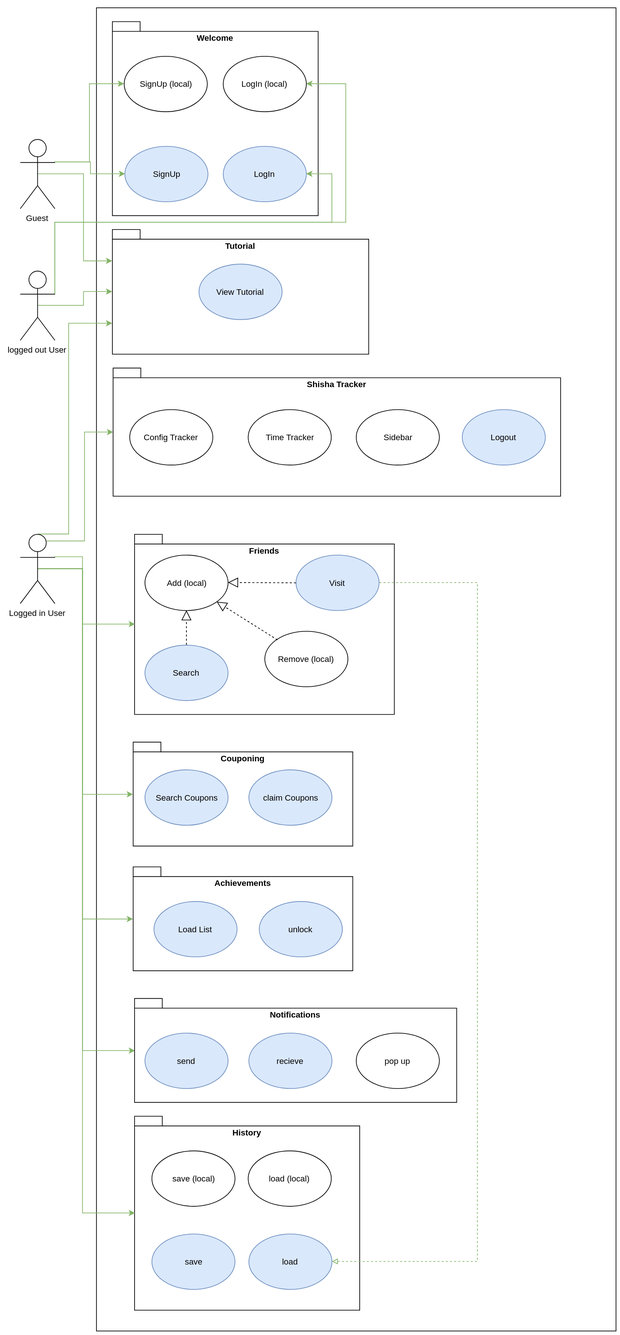
Earlier version of the draw.io export documentation/SheeshAppOUCD.svg (DawidMa/sheeshApp). Source tidied: cells renumbered, new cells last; positions are measured from the earlier drawing's top-left corner, leaving out a move shared by most shapes.
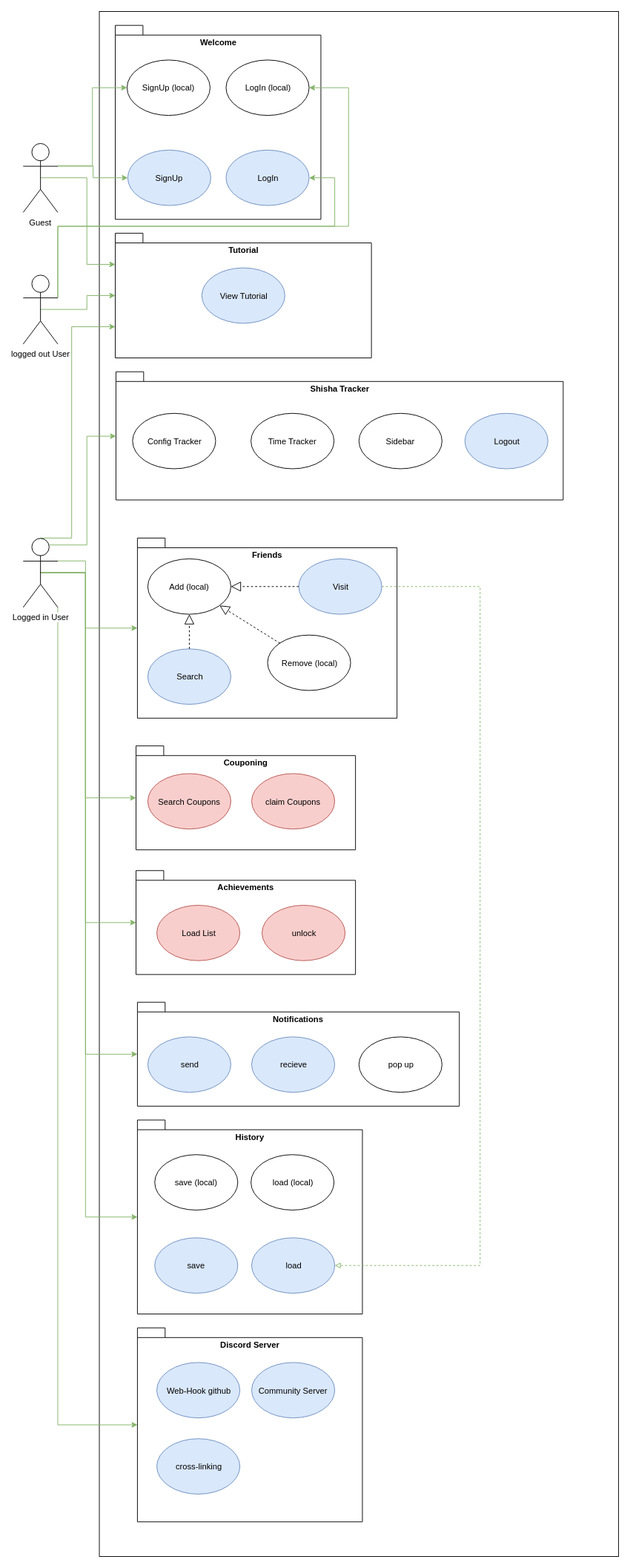
After the change.

What changed in the source:
```diff
@@ -3,7 +3,7 @@
     <mxCell id="0" />
     <mxCell id="1" parent="0" />
     <mxCell id="2" style="html=1;" parent="1" vertex="1">
-      <mxGeometry x="110" width="750" height="1910" as="geometry" />
+      <mxGeometry x="110" width="750" height="2230" as="geometry" />
     </mxCell>
     <mxCell id="3" value="History" style="shape=folder;fontStyle=1;spacingTop=10;tabWidth=40;tabHeight=14;tabPosition=left;html=1;verticalAlign=top;labelPosition=center;verticalLabelPosition=middle;align=center;" parent="1" vertex="1">
       <mxGeometry x="165" y="1600" width="325" height="280" as="geometry" />
@@ -126,6 +126,9 @@
         </Array>
       </mxGeometry>
     </mxCell>
+    <mxCell id="55" style="edgeStyle=orthogonalEdgeStyle;rounded=0;html=1;exitX=1;exitY=1;exitPerimeter=0;entryX=0;entryY=0.5;jettySize=auto;fillColor=#d5e8d4;strokeColor=#82b366;" parent="1" edge="1" source="26" target="56">
+      <mxGeometry relative="1" as="geometry" />
+    </mxCell>
     <mxCell id="26" value="Logged in User" style="shape=umlActor;verticalLabelPosition=bottom;labelBackgroundColor=#ffffff;verticalAlign=top;html=1;fillColor=#ffffff;strokeColor=#000000;" parent="1" vertex="1">
       <mxGeometry y="760" width="50" height="100" as="geometry" />
     </mxCell>
@@ -161,19 +164,19 @@
     <mxCell id="35" style="endArrow=block;dashed=1;endFill=0;endSize=12;html=1;exitX=0.5;exitY=0;entryX=0.5;entryY=1;" parent="1" edge="1" source="32" target="29">
       <mxGeometry relative="1" as="geometry" />
     </mxCell>
-    <mxCell id="36" value="Search Coupons" style="ellipse;whiteSpace=wrap;html=1;fillColor=#dae8fc;strokeColor=#6c8ebf;" parent="1" vertex="1">
+    <mxCell id="36" value="Search Coupons" style="ellipse;whiteSpace=wrap;html=1;fillColor=#f8cecc;strokeColor=#b85450;" parent="1" vertex="1">
       <mxGeometry x="180" y="1100" width="120" height="80" as="geometry" />
     </mxCell>
-    <mxCell id="37" value="claim Coupons" style="ellipse;whiteSpace=wrap;html=1;fillColor=#dae8fc;strokeColor=#6c8ebf;" parent="1" vertex="1">
+    <mxCell id="37" value="claim Coupons" style="ellipse;whiteSpace=wrap;html=1;fillColor=#f8cecc;strokeColor=#b85450;" parent="1" vertex="1">
       <mxGeometry x="330" y="1100" width="120" height="80" as="geometry" />
     </mxCell>
     <mxCell id="38" value="Achievements" style="shape=folder;fontStyle=1;spacingTop=10;tabWidth=40;tabHeight=14;tabPosition=left;html=1;verticalAlign=top;labelPosition=center;verticalLabelPosition=middle;align=center;" parent="1" vertex="1">
       <mxGeometry x="163" y="1240" width="317" height="150" as="geometry" />
     </mxCell>
-    <mxCell id="39" value="Load List" style="ellipse;whiteSpace=wrap;html=1;fillColor=#dae8fc;strokeColor=#6c8ebf;" parent="1" vertex="1">
+    <mxCell id="39" value="Load List" style="ellipse;whiteSpace=wrap;html=1;fillColor=#f8cecc;strokeColor=#b85450;" parent="1" vertex="1">
       <mxGeometry x="193" y="1290" width="120" height="80" as="geometry" />
     </mxCell>
-    <mxCell id="40" value="unlock" style="ellipse;whiteSpace=wrap;html=1;fillColor=#dae8fc;strokeColor=#6c8ebf;" parent="1" vertex="1">
+    <mxCell id="40" value="unlock" style="ellipse;whiteSpace=wrap;html=1;fillColor=#f8cecc;strokeColor=#b85450;" parent="1" vertex="1">
       <mxGeometry x="345" y="1290" width="120" height="80" as="geometry" />
     </mxCell>
     <mxCell id="41" value="SignUp" style="ellipse;whiteSpace=wrap;html=1;fillColor=#dae8fc;strokeColor=#6c8ebf;" parent="1" vertex="1">
@@ -218,5 +221,17 @@
     <mxCell id="54" value="save (local)" style="ellipse;whiteSpace=wrap;html=1;fillColor=#ffffff;strokeColor=#000000;" parent="1" vertex="1">
       <mxGeometry x="190" y="1650" width="120" height="80" as="geometry" />
     </mxCell>
+    <mxCell id="56" value="Discord Server" style="shape=folder;fontStyle=1;spacingTop=10;tabWidth=40;tabHeight=14;tabPosition=left;html=1;verticalAlign=top;labelPosition=center;verticalLabelPosition=middle;align=center;" parent="1" vertex="1">
+      <mxGeometry x="165" y="1900" width="325" height="280" as="geometry" />
+    </mxCell>
+    <mxCell id="57" value="Web-Hook github" style="ellipse;whiteSpace=wrap;html=1;fillColor=#dae8fc;strokeColor=#6c8ebf;" parent="1" vertex="1">
+      <mxGeometry x="193" y="1950" width="120" height="80" as="geometry" />
+    </mxCell>
+    <mxCell id="58" value="Community Server" style="ellipse;whiteSpace=wrap;html=1;fillColor=#dae8fc;strokeColor=#6c8ebf;" parent="1" vertex="1">
+      <mxGeometry x="330" y="1950" width="120" height="80" as="geometry" />
+    </mxCell>
+    <mxCell id="59" value="cross-linking" style="ellipse;whiteSpace=wrap;html=1;fillColor=#dae8fc;strokeColor=#6c8ebf;" parent="1" vertex="1">
+      <mxGeometry x="193" y="2060" width="120" height="80" as="geometry" />
+    </mxCell>
   </root>
 </mxGraphModel>
```
